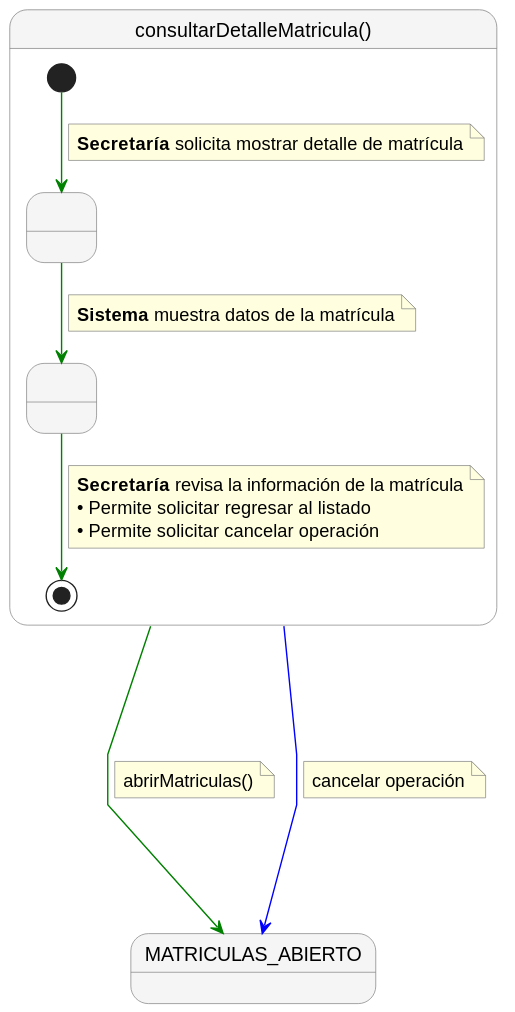
Above: documents/requisitado/02-detalle/Secretaria/consultarDetalleMatricula.svg in jerdier/25-26-idsw2-sdVC (PlantUML), before the change. Source of this version:
```plantuml
@startuml
skinparam nodesep 60
skinparam ranksep 60
skinparam linetype polyline
skinparam NoteBackgroundColor lightyellow
skinparam NoteBorderColor gray
skinparam StateBackgroundColor #F5F5F5
skinparam StateBorderColor gray

state "consultarDetalleMatricula()" as consultarDetalleMatricula {

    state " " as Paso1
    state " " as Paso2

    [*] -[#green]-> Paso1
    note on link
      <b>Secretaría</b> solicita mostrar detalle de matrícula
    end note

    Paso1 -[#green]-> Paso2
    note on link
      <b>Sistema</b> muestra datos de la matrícula
    end note

    Paso2 -[#green]-> [*]
    note on link
      <b>Secretaría</b> revisa la información de la matrícula
      • Permite solicitar regresar al listado
      • Permite solicitar cancelar operación
    end note
}

state "MATRICULAS_ABIERTO" as MATRICULAS_ABIERTO

consultarDetalleMatricula -[#green]---> MATRICULAS_ABIERTO
note right on link
  abrirMatriculas()
end note

consultarDetalleMatricula -[#blue]---> MATRICULAS_ABIERTO
note right on link
  cancelar operación
end note
@enduml
```
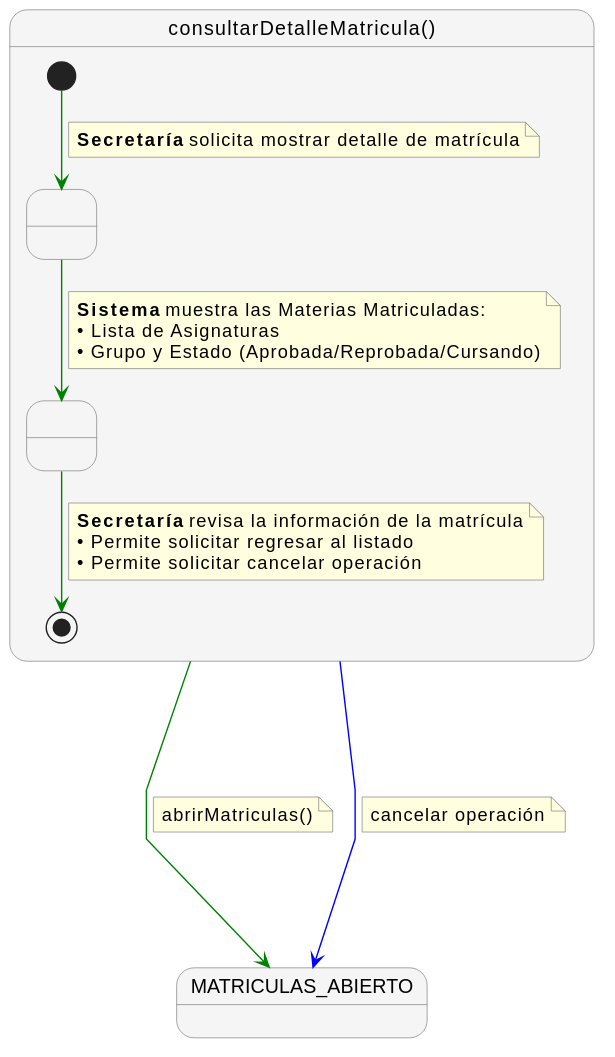
After the change.

Diff of the diagram source:
```diff
@@ -19,7 +19,9 @@
 
     Paso1 -[#green]-> Paso2
     note on link
-      <b>Sistema</b> muestra datos de la matrícula
+      <b>Sistema</b> muestra las Materias Matriculadas:
+      • Lista de Asignaturas
+      • Grupo y Estado (Aprobada/Reprobada/Cursando)
     end note
 
     Paso2 -[#green]-> [*]
```
